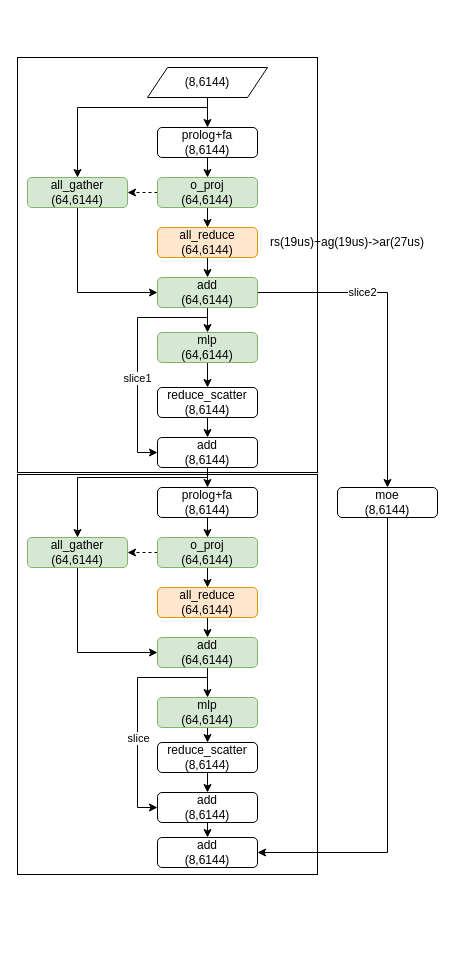
Pihli/draw_graph keeps this draw.io diagram as page "第 2 页" (2 of 2) of 未命名绘图.drawio. Above is the earlier version. Source tidied: cells renumbered, new cells numbered last; positions are measured from the earlier drawing's top-left corner, leaving out a move shared by most shapes. Both pictures are drawn from the tidied source at 100%, with x=0, y=0 at pixel (17, 57).
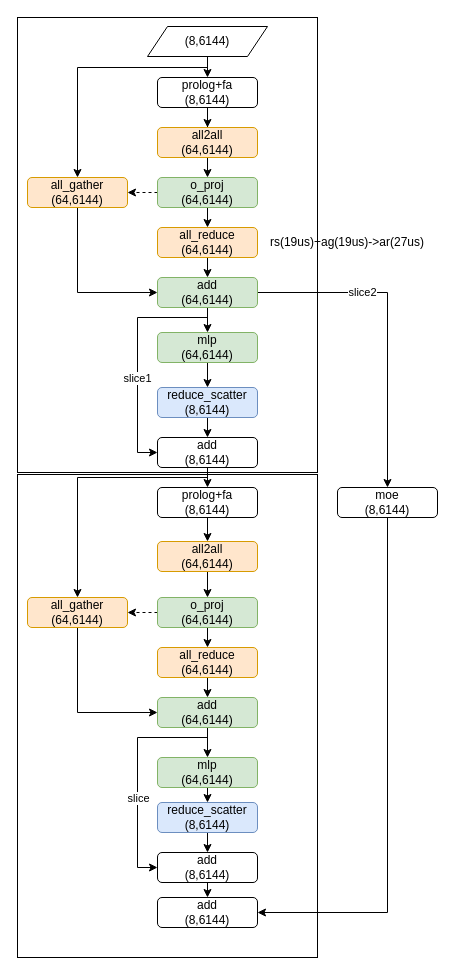
The same page after the edit.

Commit message:
更新未命名绘图.drawio

Unchanged cells that the change refers to:
```xml
<mxCell id="8" value="o_proj&lt;div&gt;(64,6144)&lt;/div&gt;" style="rounded=1;whiteSpace=wrap;html=1;fillColor=#d5e8d4;strokeColor=#82b366;" parent="1" vertex="1">
  <mxGeometry x="140" y="120" width="100" height="30" as="geometry" />
</mxCell>
<mxCell id="29" value="prolog+fa&lt;div&gt;(8,6144)&lt;/div&gt;" style="rounded=1;whiteSpace=wrap;html=1;" parent="1" vertex="1">
  <mxGeometry x="140" y="430" width="100" height="30" as="geometry" />
</mxCell>
```

What changed in the source:
```diff
@@
     <mxCell id="2" style="rounded=0;whiteSpace=wrap;html=1;shadow=0;" parent="1" vertex="1">
-      <mxGeometry y="417" width="300" height="400" as="geometry" />
+      <mxGeometry y="417" width="300" height="483" as="geometry" />
     </mxCell>
     <mxCell id="3" style="rounded=0;whiteSpace=wrap;html=1;shadow=0;" parent="1" vertex="1">
-      <mxGeometry width="300" height="415" as="geometry" />
+      <mxGeometry y="-40" width="300" height="455" as="geometry" />
     </mxCell>
-    <mxCell id="4" style="edgeStyle=orthogonalEdgeStyle;rounded=0;jettySize=auto;html=1;exitX=0.5;exitY=1;exitDx=0;exitDy=0;entryX=0.5;entryY=0;entryDx=0;entryDy=0;" parent="1" edge="1" source="5" target="8">
-      <mxGeometry relative="1" as="geometry" />
-    </mxCell>
+    <mxCell id="52" style="edgeStyle=orthogonalEdgeStyle;rounded=0;jettySize=auto;html=1;" parent="1" edge="1" source="5" target="55">
+      <mxGeometry relative="1" as="geometry" />
+    </mxCell>
     <mxCell id="5" value="prolog+fa&lt;div&gt;(8,6144)&lt;/div&gt;" style="rounded=1;whiteSpace=wrap;html=1;" parent="1" vertex="1">
-      <mxGeometry x="140" y="70" width="100" height="30" as="geometry" />
+      <mxGeometry x="140" y="20" width="100" height="30" as="geometry" />
     </mxCell>
@@
-    <mxCell id="14" value="all_gather&lt;div&gt;(64,6144)&lt;/div&gt;" style="rounded=1;whiteSpace=wrap;html=1;fillColor=#d5e8d4;strokeColor=#82b366;" parent="1" vertex="1">
+    <mxCell id="14" value="all_gather&lt;div&gt;(64,6144)&lt;/div&gt;" style="rounded=1;whiteSpace=wrap;html=1;fillColor=#ffe6cc;strokeColor=#d79b00;" parent="1" vertex="1">
       <mxGeometry x="10" y="120" width="100" height="30" as="geometry" />
     </mxCell>
@@
-    <mxCell id="16" style="edgeStyle=orthogonalEdgeStyle;rounded=0;jettySize=auto;html=1;entryX=0.5;entryY=0;entryDx=0;entryDy=0;" parent="1" edge="1" source="17" target="14">
+    <mxCell id="16" style="edgeStyle=orthogonalEdgeStyle;rounded=0;jettySize=auto;html=1;entryX=0.5;entryY=0;entryDx=0;entryDy=0;exitX=0.5;exitY=1;exitDx=0;exitDy=0;" parent="1" edge="1" source="17" target="14">
       <mxGeometry relative="1" as="geometry">
         <Array as="points">
-          <mxPoint x="190" y="50" />
-          <mxPoint x="60" y="50" />
+          <mxPoint x="190" y="10" />
+          <mxPoint x="60" y="10" />
         </Array>
       </mxGeometry>
     </mxCell>
     <mxCell id="17" value="(8,6144)" style="shape=parallelogram;perimeter=parallelogramPerimeter;whiteSpace=wrap;html=1;fixedSize=1;" parent="1" vertex="1">
-      <mxGeometry x="130" y="10" width="120" height="30" as="geometry" />
+      <mxGeometry x="130" y="-31" width="120" height="30" as="geometry" />
     </mxCell>
@@
-    <mxCell id="27" value="reduce_scatter&lt;br&gt;&lt;div&gt;(8,6144)&lt;/div&gt;" style="rounded=1;whiteSpace=wrap;html=1;" parent="1" vertex="1">
+    <mxCell id="27" value="reduce_scatter&lt;br&gt;&lt;div&gt;(8,6144)&lt;/div&gt;" style="rounded=1;whiteSpace=wrap;html=1;fillColor=#dae8fc;strokeColor=#6c8ebf;" parent="1" vertex="1">
       <mxGeometry x="140" y="330" width="100" height="30" as="geometry" />
     </mxCell>
-    <mxCell id="28" style="edgeStyle=orthogonalEdgeStyle;rounded=0;jettySize=auto;html=1;exitX=0.5;exitY=1;exitDx=0;exitDy=0;entryX=0.5;entryY=0;entryDx=0;entryDy=0;" parent="1" edge="1" source="29" target="32">
-      <mxGeometry relative="1" as="geometry" />
-    </mxCell>
+    <mxCell id="53" style="edgeStyle=orthogonalEdgeStyle;rounded=0;jettySize=auto;html=1;exitX=0.5;exitY=1;exitDx=0;exitDy=0;entryX=0.5;entryY=0;entryDx=0;entryDy=0;" parent="1" edge="1" source="29" target="57">
+      <mxGeometry relative="1" as="geometry" />
+    </mxCell>
@@
     <mxCell id="32" value="o_proj&lt;div&gt;(64,6144)&lt;/div&gt;" style="rounded=1;whiteSpace=wrap;html=1;fillColor=#d5e8d4;strokeColor=#82b366;" parent="1" vertex="1">
-      <mxGeometry x="140" y="480" width="100" height="30" as="geometry" />
+      <mxGeometry x="140" y="540" width="100" height="30" as="geometry" />
     </mxCell>
@@
     <mxCell id="34" value="all_reduce&lt;div&gt;(64,6144)&lt;/div&gt;" style="rounded=1;whiteSpace=wrap;html=1;fillColor=#ffe6cc;strokeColor=#d79b00;" parent="1" vertex="1">
-      <mxGeometry x="140" y="530" width="100" height="30" as="geometry" />
+      <mxGeometry x="140" y="590" width="100" height="30" as="geometry" />
     </mxCell>
@@
     <mxCell id="36" style="edgeStyle=orthogonalEdgeStyle;rounded=0;jettySize=auto;html=1;exitX=0.5;exitY=1;exitDx=0;exitDy=0;entryX=0;entryY=0.5;entryDx=0;entryDy=0;" parent="1" edge="1" source="38" target="47">
       <mxGeometry relative="1" as="geometry">
         <Array as="points">
-          <mxPoint x="190" y="620" />
-          <mxPoint x="120" y="620" />
-          <mxPoint x="120" y="750" />
+          <mxPoint x="190" y="680" />
+          <mxPoint x="120" y="680" />
+          <mxPoint x="120" y="810" />
         </Array>
       </mxGeometry>
     </mxCell>
@@
     <mxCell id="38" value="&lt;div&gt;add&lt;/div&gt;&lt;div&gt;(64,6144)&lt;/div&gt;" style="rounded=1;whiteSpace=wrap;html=1;fillColor=#d5e8d4;strokeColor=#82b366;" parent="1" vertex="1">
-      <mxGeometry x="140" y="580" width="100" height="30" as="geometry" />
+      <mxGeometry x="140" y="640" width="100" height="30" as="geometry" />
     </mxCell>
@@
     <mxCell id="43" value="mlp&lt;br&gt;&lt;div&gt;(64,6144)&lt;/div&gt;" style="rounded=1;whiteSpace=wrap;html=1;fillColor=#d5e8d4;strokeColor=#82b366;" parent="1" vertex="1">
-      <mxGeometry x="140" y="640" width="100" height="30" as="geometry" />
+      <mxGeometry x="140" y="700" width="100" height="30" as="geometry" />
     </mxCell>
@@
-    <mxCell id="45" value="reduce_scatter&lt;br&gt;&lt;div&gt;(8,6144)&lt;/div&gt;" style="rounded=1;whiteSpace=wrap;html=1;" parent="1" vertex="1">
-      <mxGeometry x="140" y="685" width="100" height="30" as="geometry" />
+    <mxCell id="45" value="reduce_scatter&lt;br&gt;&lt;div&gt;(8,6144)&lt;/div&gt;" style="rounded=1;whiteSpace=wrap;html=1;fillColor=#dae8fc;strokeColor=#6c8ebf;" parent="1" vertex="1">
+      <mxGeometry x="140" y="745" width="100" height="30" as="geometry" />
     </mxCell>
@@
     <mxCell id="47" value="&lt;div&gt;add&lt;/div&gt;&lt;div&gt;(8,6144)&lt;/div&gt;" style="rounded=1;whiteSpace=wrap;html=1;" parent="1" vertex="1">
-      <mxGeometry x="140" y="735" width="100" height="30" as="geometry" />
+      <mxGeometry x="140" y="795" width="100" height="30" as="geometry" />
     </mxCell>
     <mxCell id="48" value="&lt;div&gt;add&lt;/div&gt;&lt;div&gt;(8,6144)&lt;/div&gt;" style="rounded=1;whiteSpace=wrap;html=1;" parent="1" vertex="1">
-      <mxGeometry x="140" y="780" width="100" height="30" as="geometry" />
+      <mxGeometry x="140" y="840" width="100" height="30" as="geometry" />
     </mxCell>
@@
-    <mxCell id="50" value="all_gather&lt;div&gt;(64,6144)&lt;/div&gt;" style="rounded=1;whiteSpace=wrap;html=1;fillColor=#d5e8d4;strokeColor=#82b366;" parent="1" vertex="1">
-      <mxGeometry x="10" y="480" width="100" height="30" as="geometry" />
+    <mxCell id="50" value="all_gather&lt;div&gt;(64,6144)&lt;/div&gt;" style="rounded=1;whiteSpace=wrap;html=1;fillColor=#ffe6cc;strokeColor=#d79b00;" parent="1" vertex="1">
+      <mxGeometry x="10" y="540" width="100" height="30" as="geometry" />
     </mxCell>
@@
+    <mxCell id="54" style="edgeStyle=orthogonalEdgeStyle;rounded=0;jettySize=auto;html=1;exitX=0.5;exitY=1;exitDx=0;exitDy=0;entryX=0.5;entryY=0;entryDx=0;entryDy=0;" parent="1" edge="1" source="55" target="8">
+      <mxGeometry relative="1" as="geometry" />
+    </mxCell>
+    <mxCell id="55" value="all2all&lt;div&gt;(64,6144)&lt;/div&gt;" style="rounded=1;whiteSpace=wrap;html=1;fillColor=#ffe6cc;strokeColor=#d79b00;" parent="1" vertex="1">
+      <mxGeometry x="140" y="70" width="100" height="30" as="geometry" />
+    </mxCell>
+    <mxCell id="56" style="edgeStyle=orthogonalEdgeStyle;rounded=0;jettySize=auto;html=1;exitX=0.5;exitY=1;exitDx=0;exitDy=0;entryX=0.5;entryY=0;entryDx=0;entryDy=0;" parent="1" edge="1" source="57" target="32">
+      <mxGeometry relative="1" as="geometry" />
+    </mxCell>
+    <mxCell id="57" value="all2all&lt;div&gt;(64,6144)&lt;/div&gt;" style="rounded=1;whiteSpace=wrap;html=1;fillColor=#ffe6cc;strokeColor=#d79b00;" parent="1" vertex="1">
+      <mxGeometry x="140" y="484" width="100" height="30" as="geometry" />
+    </mxCell>
```
